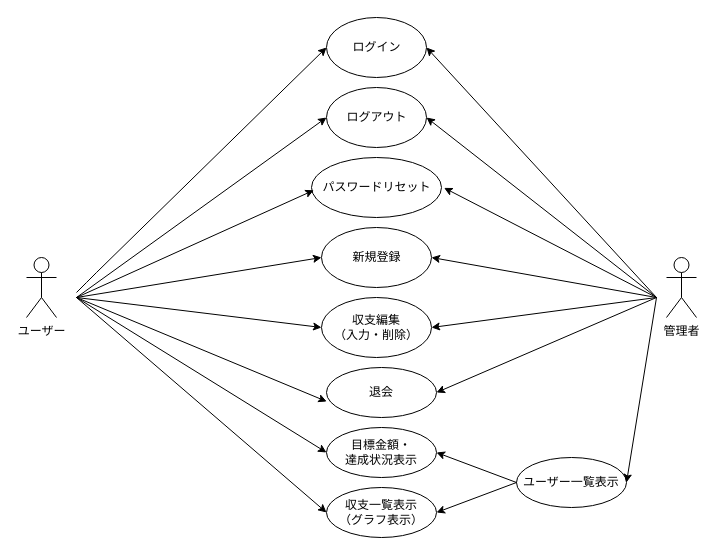
Earlier version of the draw.io diagram kakeibo_usecase.drawio (harukioono/haruki-oono-educure-app). Source tidied: cells renumbered, new cells numbered last; positions are measured from the earlier drawing's top-left corner, leaving out a move shared by most shapes. Both pictures are drawn from the tidied source at 100%, with x=0, y=0 at pixel (26, 17).
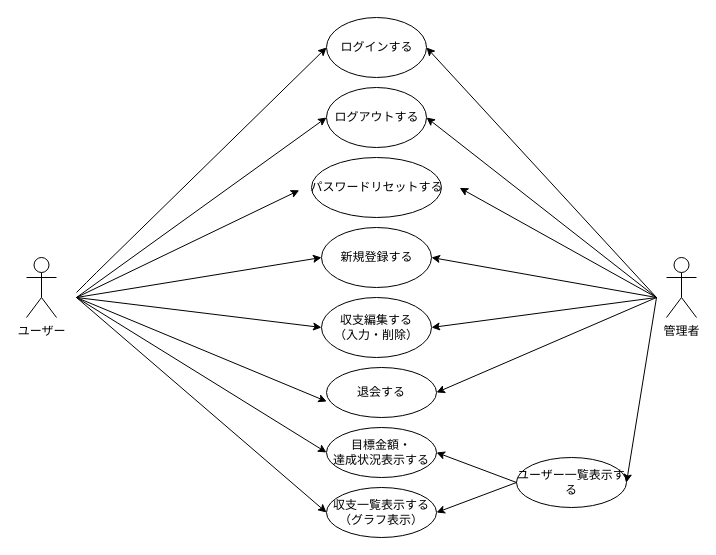
The same page after the edit.

Change to the diagram source:
```diff
@@
-    <mxCell id="8" value="収支編集&lt;div&gt;（入力・削除）&lt;/div&gt;" style="ellipse;whiteSpace=wrap;html=1;" parent="1" vertex="1">
+    <mxCell id="8" value="収支編集する&lt;div&gt;（入力・削除）&lt;/div&gt;" style="ellipse;whiteSpace=wrap;html=1;" parent="1" vertex="1">
       <mxGeometry x="295" y="280" width="110" height="60" as="geometry" />
     </mxCell>
@@
-    <mxCell id="10" value="ログイン" style="text;html=1;align=center;verticalAlign=middle;strokeColor=none;fillColor=none;" parent="1" vertex="1">
-      <mxGeometry x="315" y="15" width="70" height="30" as="geometry" />
+    <mxCell id="10" value="ログインする" style="text;html=1;align=center;verticalAlign=middle;strokeColor=none;fillColor=none;" parent="1" vertex="1">
+      <mxGeometry x="300" y="15" width="100" height="30" as="geometry" />
     </mxCell>
-    <mxCell id="11" value="ログアウト" style="text;html=1;align=center;verticalAlign=middle;strokeColor=none;fillColor=none;" parent="1" vertex="1">
-      <mxGeometry x="310" y="85" width="80" height="30" as="geometry" />
+    <mxCell id="11" value="ログアウトする" style="text;html=1;align=center;verticalAlign=middle;strokeColor=none;fillColor=none;" parent="1" vertex="1">
+      <mxGeometry x="295" y="85" width="110" height="30" as="geometry" />
     </mxCell>
-    <mxCell id="12" value="新規登録" style="text;html=1;align=center;verticalAlign=middle;strokeColor=none;fillColor=none;" parent="1" vertex="1">
-      <mxGeometry x="315" y="225" width="70" height="30" as="geometry" />
+    <mxCell id="12" value="新規登録する" style="text;html=1;align=center;verticalAlign=middle;strokeColor=none;fillColor=none;" parent="1" vertex="1">
+      <mxGeometry x="300" y="225" width="100" height="30" as="geometry" />
     </mxCell>
-    <mxCell id="13" value="パスワードリセット" style="text;html=1;align=center;verticalAlign=middle;points=[];strokeColor=none;fillColor=none;" parent="1" vertex="1">
-      <mxGeometry x="285" y="155" width="130" height="30" as="geometry" />
+    <mxCell id="13" value="パスワードリセットする" style="text;html=1;align=center;verticalAlign=middle;points=[];strokeColor=none;fillColor=none;" parent="1" vertex="1">
+      <mxGeometry x="270" y="155" width="160" height="30" as="geometry" />
     </mxCell>
-    <mxCell id="14" value="収支一覧表示&lt;div&gt;（グラフ表示）&lt;/div&gt;" style="ellipse;whiteSpace=wrap;html=1;" parent="1" vertex="1">
+    <mxCell id="14" value="収支一覧表示する&lt;div&gt;（グラフ表示）&lt;/div&gt;" style="ellipse;whiteSpace=wrap;html=1;" parent="1" vertex="1">
       <mxGeometry x="300" y="470" width="110" height="50" as="geometry" />
     </mxCell>
-    <mxCell id="15" value="退会" style="ellipse;whiteSpace=wrap;html=1;" parent="1" vertex="1">
+    <mxCell id="15" value="退会する" style="ellipse;whiteSpace=wrap;html=1;" parent="1" vertex="1">
       <mxGeometry x="300" y="350" width="110" height="50" as="geometry" />
     </mxCell>
-    <mxCell id="16" value="目標金額・&lt;div&gt;達成状況表示&lt;/div&gt;" style="ellipse;whiteSpace=wrap;html=1;" parent="1" vertex="1">
+    <mxCell id="16" value="目標金額・&lt;div&gt;達成状況表示する&lt;/div&gt;" style="ellipse;whiteSpace=wrap;html=1;" parent="1" vertex="1">
       <mxGeometry x="300" y="410" width="110" height="50" as="geometry" />
     </mxCell>
-    <mxCell id="17" value="ユーザー一覧表示" style="ellipse;whiteSpace=wrap;html=1;" parent="1" vertex="1">
+    <mxCell id="17" value="ユーザー一覧表示する" style="ellipse;whiteSpace=wrap;html=1;" parent="1" vertex="1">
       <mxGeometry x="490" y="440" width="110" height="50" as="geometry" />
     </mxCell>
```
